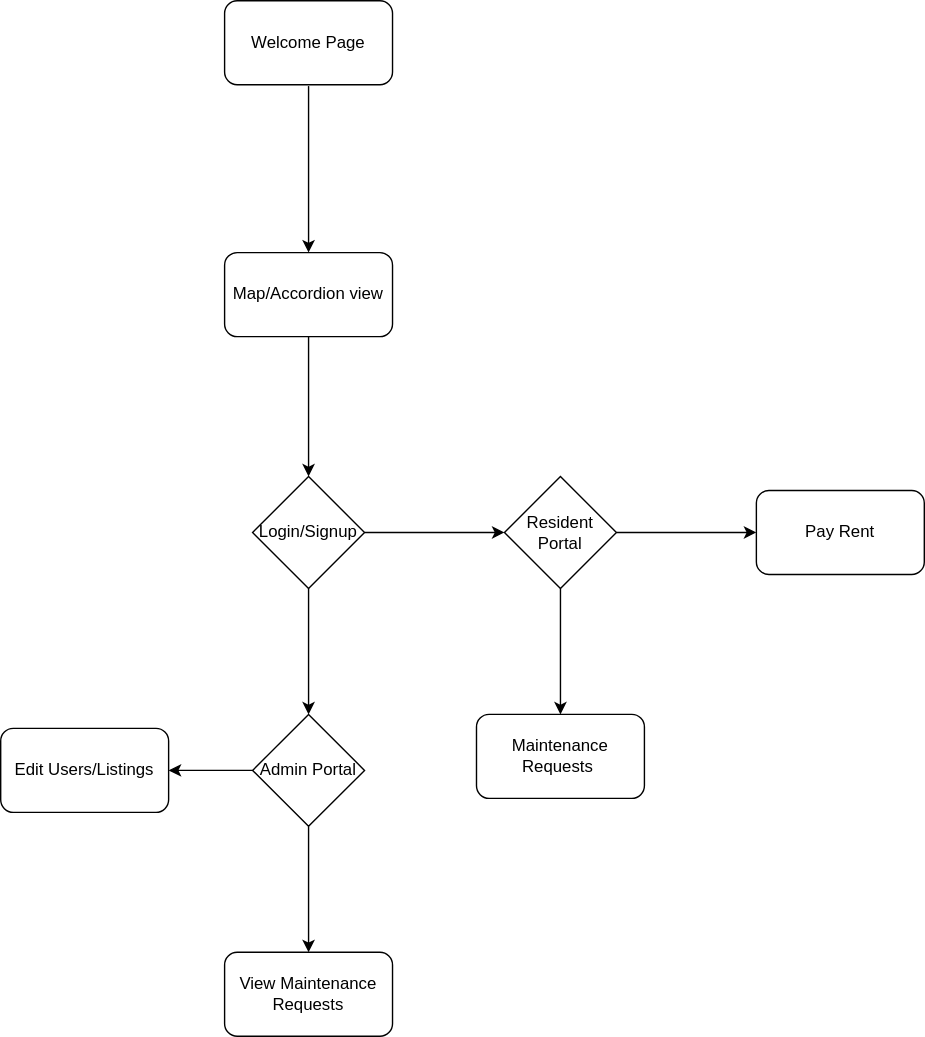
Andrew13560/MERN-App keeps this draw.io diagram as First_Project_Flowchart.svg. Above is the earlier version. Source tidied: cells renumbered, new cells last; positions are measured from the earlier drawing's top-left corner, leaving out a move shared by most shapes. The source it was exported from:
```xml
<mxGraphModel>
  <root>
    <mxCell id="0" />
    <mxCell id="1" parent="0" />
    <mxCell id="2" value="Welcome Page" style="rounded=1;whiteSpace=wrap;html=1;" parent="1" vertex="1">
      <mxGeometry x="160" width="120" height="60" as="geometry" />
    </mxCell>
    <mxCell id="3" style="endArrow=classic;html=1;" parent="1" edge="1">
      <mxGeometry relative="1" as="geometry">
        <mxPoint x="220" y="61" as="sourcePoint" />
        <mxPoint x="220" y="180" as="targetPoint" />
      </mxGeometry>
    </mxCell>
    <mxCell id="4" value="Map/Accordion view" style="rounded=1;whiteSpace=wrap;html=1;" parent="1" vertex="1">
      <mxGeometry x="160" y="180" width="120" height="60" as="geometry" />
    </mxCell>
    <mxCell id="5" style="endArrow=classic;html=1;exitX=0.5;exitY=1;exitDx=0;exitDy=0;" parent="1" edge="1" source="4">
      <mxGeometry relative="1" as="geometry">
        <mxPoint x="220" y="340" as="targetPoint" />
      </mxGeometry>
    </mxCell>
    <mxCell id="6" value="Login/Signup" style="rhombus;whiteSpace=wrap;html=1;" parent="1" vertex="1">
      <mxGeometry x="180" y="340" width="80" height="80" as="geometry" />
    </mxCell>
    <mxCell id="7" style="endArrow=classic;html=1;exitX=1;exitY=0.5;exitDx=0;exitDy=0;entryX=0;entryY=0.5;entryDx=0;entryDy=0;" parent="1" edge="1" source="6" target="12">
      <mxGeometry relative="1" as="geometry" />
    </mxCell>
    <mxCell id="8" style="edgeStyle=orthogonalEdgeStyle;rounded=0;jettySize=auto;html=1;exitX=1;exitY=0.5;exitDx=0;exitDy=0;" parent="1" edge="1" source="12" target="10">
      <mxGeometry relative="1" as="geometry" />
    </mxCell>
    <mxCell id="9" style="endArrow=classic;html=1;exitX=0.5;exitY=1;exitDx=0;exitDy=0;entryX=0.5;entryY=0;entryDx=0;entryDy=0;" parent="1" edge="1" source="6">
      <mxGeometry relative="1" as="geometry">
        <mxPoint x="220" y="510" as="targetPoint" />
      </mxGeometry>
    </mxCell>
    <mxCell id="10" value="Pay Rent" style="whiteSpace=wrap;html=1;rounded=1;" parent="1" vertex="1">
      <mxGeometry x="540" y="350" width="120" height="60" as="geometry" />
    </mxCell>
    <mxCell id="11" style="edgeStyle=orthogonalEdgeStyle;rounded=0;jettySize=auto;html=1;" parent="1" edge="1" source="12">
      <mxGeometry relative="1" as="geometry">
        <mxPoint x="400" y="510" as="targetPoint" />
      </mxGeometry>
    </mxCell>
    <mxCell id="12" value="Resident Portal" style="rhombus;whiteSpace=wrap;html=1;" parent="1" vertex="1">
      <mxGeometry x="360" y="340" width="80" height="80" as="geometry" />
    </mxCell>
    <mxCell id="13" value="Maintenance Requests&amp;nbsp;" style="rounded=1;whiteSpace=wrap;html=1;" parent="1" vertex="1">
      <mxGeometry x="340" y="510" width="120" height="60" as="geometry" />
    </mxCell>
    <mxCell id="14" style="edgeStyle=orthogonalEdgeStyle;rounded=0;jettySize=auto;html=1;" parent="1" edge="1" source="16">
      <mxGeometry relative="1" as="geometry">
        <mxPoint x="220" y="680" as="targetPoint" />
      </mxGeometry>
    </mxCell>
    <mxCell id="15" style="edgeStyle=orthogonalEdgeStyle;rounded=0;jettySize=auto;html=1;" parent="1" edge="1" source="16">
      <mxGeometry relative="1" as="geometry">
        <mxPoint x="120" y="550" as="targetPoint" />
      </mxGeometry>
    </mxCell>
    <mxCell id="16" value="Admin Portal" style="rhombus;whiteSpace=wrap;html=1;" parent="1" vertex="1">
      <mxGeometry x="180" y="510" width="80" height="80" as="geometry" />
    </mxCell>
    <mxCell id="17" value="View Maintenance Requests" style="rounded=1;whiteSpace=wrap;html=1;" parent="1" vertex="1">
      <mxGeometry x="160" y="680" width="120" height="60" as="geometry" />
    </mxCell>
    <mxCell id="18" value="Edit Users/Listings" style="rounded=1;whiteSpace=wrap;html=1;" parent="1" vertex="1">
      <mxGeometry y="520" width="120" height="60" as="geometry" />
    </mxCell>
  </root>
</mxGraphModel>
```
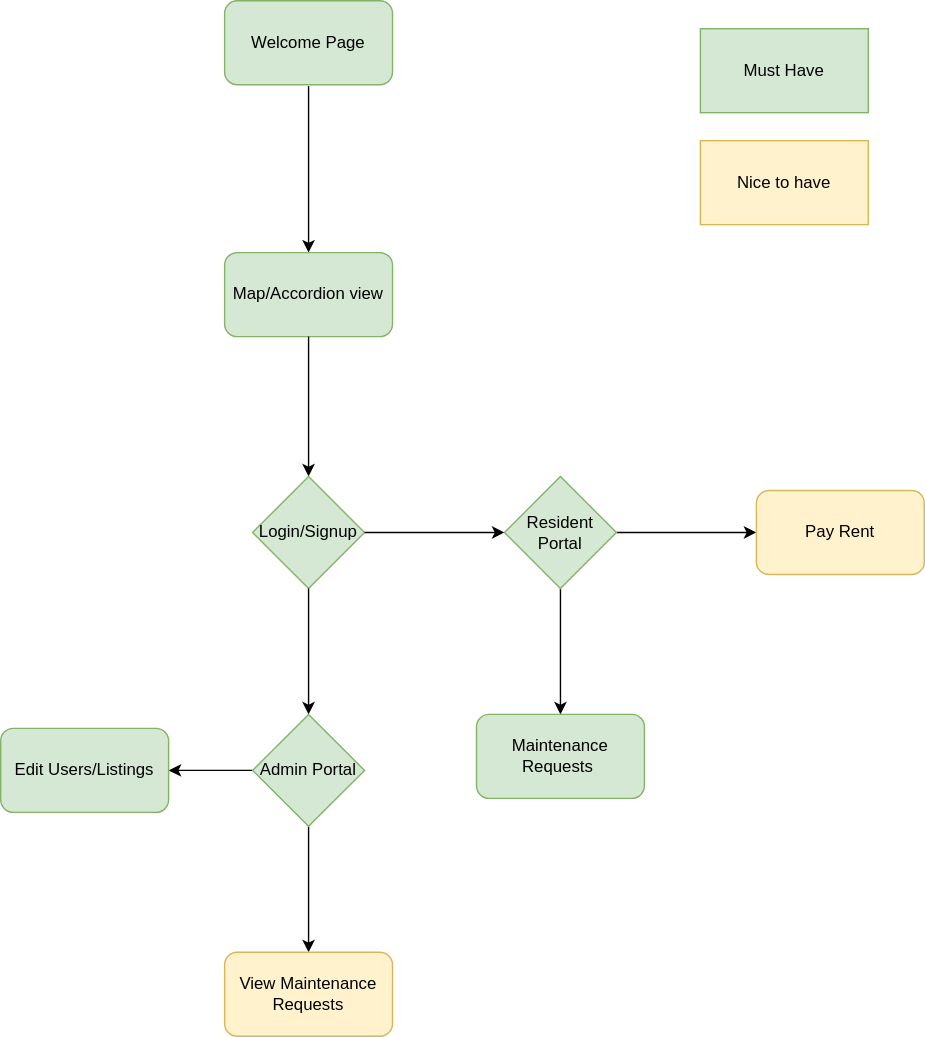
Above is the later version.

Commit message:
Color Coded Website Flowchart

What changed in the source:
```diff
@@ -2,7 +2,7 @@
   <root>
     <mxCell id="0" />
     <mxCell id="1" parent="0" />
-    <mxCell id="2" value="Welcome Page" style="rounded=1;whiteSpace=wrap;html=1;" parent="1" vertex="1">
+    <mxCell id="2" value="Welcome Page" style="rounded=1;whiteSpace=wrap;html=1;fillColor=#d5e8d4;strokeColor=#82b366;" parent="1" vertex="1">
       <mxGeometry x="160" width="120" height="60" as="geometry" />
     </mxCell>
     <mxCell id="3" style="endArrow=classic;html=1;" parent="1" edge="1">
@@ -11,7 +11,7 @@
         <mxPoint x="220" y="180" as="targetPoint" />
       </mxGeometry>
     </mxCell>
-    <mxCell id="4" value="Map/Accordion view" style="rounded=1;whiteSpace=wrap;html=1;" parent="1" vertex="1">
+    <mxCell id="4" value="Map/Accordion view" style="rounded=1;whiteSpace=wrap;html=1;fillColor=#d5e8d4;strokeColor=#82b366;" parent="1" vertex="1">
       <mxGeometry x="160" y="180" width="120" height="60" as="geometry" />
     </mxCell>
     <mxCell id="5" style="endArrow=classic;html=1;exitX=0.5;exitY=1;exitDx=0;exitDy=0;" parent="1" edge="1" source="4">
@@ -19,7 +19,7 @@
         <mxPoint x="220" y="340" as="targetPoint" />
       </mxGeometry>
     </mxCell>
-    <mxCell id="6" value="Login/Signup" style="rhombus;whiteSpace=wrap;html=1;" parent="1" vertex="1">
+    <mxCell id="6" value="Login/Signup" style="rhombus;whiteSpace=wrap;html=1;fillColor=#d5e8d4;strokeColor=#82b366;" parent="1" vertex="1">
       <mxGeometry x="180" y="340" width="80" height="80" as="geometry" />
     </mxCell>
     <mxCell id="7" style="endArrow=classic;html=1;exitX=1;exitY=0.5;exitDx=0;exitDy=0;entryX=0;entryY=0.5;entryDx=0;entryDy=0;" parent="1" edge="1" source="6" target="12">
@@ -33,7 +33,7 @@
         <mxPoint x="220" y="510" as="targetPoint" />
       </mxGeometry>
     </mxCell>
-    <mxCell id="10" value="Pay Rent" style="whiteSpace=wrap;html=1;rounded=1;" parent="1" vertex="1">
+    <mxCell id="10" value="Pay Rent" style="whiteSpace=wrap;html=1;rounded=1;fillColor=#fff2cc;strokeColor=#d6b656;" parent="1" vertex="1">
       <mxGeometry x="540" y="350" width="120" height="60" as="geometry" />
     </mxCell>
     <mxCell id="11" style="edgeStyle=orthogonalEdgeStyle;rounded=0;jettySize=auto;html=1;" parent="1" edge="1" source="12">
@@ -41,10 +41,10 @@
         <mxPoint x="400" y="510" as="targetPoint" />
       </mxGeometry>
     </mxCell>
-    <mxCell id="12" value="Resident Portal" style="rhombus;whiteSpace=wrap;html=1;" parent="1" vertex="1">
+    <mxCell id="12" value="Resident Portal" style="rhombus;whiteSpace=wrap;html=1;fillColor=#d5e8d4;strokeColor=#82b366;" parent="1" vertex="1">
       <mxGeometry x="360" y="340" width="80" height="80" as="geometry" />
     </mxCell>
-    <mxCell id="13" value="Maintenance Requests&amp;nbsp;" style="rounded=1;whiteSpace=wrap;html=1;" parent="1" vertex="1">
+    <mxCell id="13" value="Maintenance Requests&amp;nbsp;" style="rounded=1;whiteSpace=wrap;html=1;fillColor=#d5e8d4;strokeColor=#82b366;" parent="1" vertex="1">
       <mxGeometry x="340" y="510" width="120" height="60" as="geometry" />
     </mxCell>
     <mxCell id="14" style="edgeStyle=orthogonalEdgeStyle;rounded=0;jettySize=auto;html=1;" parent="1" edge="1" source="16">
@@ -57,14 +57,20 @@
         <mxPoint x="120" y="550" as="targetPoint" />
       </mxGeometry>
     </mxCell>
-    <mxCell id="16" value="Admin Portal" style="rhombus;whiteSpace=wrap;html=1;" parent="1" vertex="1">
+    <mxCell id="16" value="Admin Portal" style="rhombus;whiteSpace=wrap;html=1;fillColor=#d5e8d4;strokeColor=#82b366;" parent="1" vertex="1">
       <mxGeometry x="180" y="510" width="80" height="80" as="geometry" />
     </mxCell>
-    <mxCell id="17" value="View Maintenance Requests" style="rounded=1;whiteSpace=wrap;html=1;" parent="1" vertex="1">
+    <mxCell id="17" value="View Maintenance Requests" style="rounded=1;whiteSpace=wrap;html=1;fillColor=#fff2cc;strokeColor=#d6b656;" parent="1" vertex="1">
       <mxGeometry x="160" y="680" width="120" height="60" as="geometry" />
     </mxCell>
-    <mxCell id="18" value="Edit Users/Listings" style="rounded=1;whiteSpace=wrap;html=1;" parent="1" vertex="1">
+    <mxCell id="18" value="Edit Users/Listings" style="rounded=1;whiteSpace=wrap;html=1;fillColor=#d5e8d4;strokeColor=#82b366;" parent="1" vertex="1">
       <mxGeometry y="520" width="120" height="60" as="geometry" />
     </mxCell>
+    <mxCell id="19" value="Must Have" style="rounded=0;whiteSpace=wrap;html=1;fillColor=#d5e8d4;strokeColor=#82b366;" parent="1" vertex="1">
+      <mxGeometry x="500" y="20" width="120" height="60" as="geometry" />
+    </mxCell>
+    <mxCell id="20" value="Nice to have" style="rounded=0;whiteSpace=wrap;html=1;fillColor=#fff2cc;strokeColor=#d6b656;" parent="1" vertex="1">
+      <mxGeometry x="500" y="100" width="120" height="60" as="geometry" />
+    </mxCell>
   </root>
 </mxGraphModel>
```
